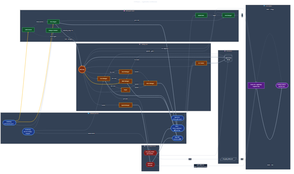
The Mermaid diagram docs/diagrams/catalyst-app-flow-v2.png in giorgiperad/catalyst-bot, before a commit. Its source is kept beside it as docs/diagrams/catalyst-app-flow-v2.mmd. Source of this version:
```mermaid
---
title: CATalyst — Application Architecture
config:
  theme: base
  themeVariables:
    fontFamily: "Inter, system-ui, -apple-system, sans-serif"
    fontSize: 14px
    primaryColor: "#0f172a"
    primaryTextColor: "#e2e8f0"
    primaryBorderColor: "#475569"
    lineColor: "#94a3b8"
    secondaryColor: "#1e293b"
    tertiaryColor: "#334155"
---
flowchart LR

  subgraph EXT["🌐 &nbsp; External services"]
    direction TB
    TS([TibetSwap<br/><i>pool reserves, pairs</i>])
    DXM([Dexie<br/><i>tickers, orderbook,<br/>offer posting</i>])
    CS([Coinset.org<br/><i>fast coin lookup,<br/>mempool</i>])
    SC([Spacescan<br/><i>on-chain fill check</i>])
    SAGE([Sage RPC<br/><i>localhost mTLS</i>])
  end

  subgraph SUB["⚙️ &nbsp; Local subprocesses"]
    SP{{splash.exe<br/>P2P node}}
    CP{{coin_prep_worker<br/>split executor}}
  end

  subgraph INT["🧠 &nbsp; Intelligence layer"]
    PE[Price Engine]
    AMM[AMM Monitor]
    MW[Mempool Watcher]
    MI[Market Intel]
    RM[Risk Manager]
  end

  subgraph CORE["🤖 &nbsp; Trading core"]
    BL(((Bot Loop)))
    OM[Offer Manager]
    SN[Sniper]
    BM[Boost Manager]
    CM[Coin Manager]
    FT[Fill Tracker]
    DM[Dexie Manager]
    SM[Splash Manager]
  end

  subgraph DATA["💾 &nbsp; Persistence"]
    DB[("SQLite WAL<br/>bot.db")]
    SF[/coin_prep_status.json/]
  end

  subgraph SURF["🖥️ &nbsp; User surface"]
    API[Flask API + AppBridge<br/>loopback only]
    UI([Desktop window /<br/>browser GUI])
  end

  TS  ==> PE
  TS  ==> AMM
  TS  --> MW
  DXM ==> PE
  DXM --> MI
  CS  --> MW

  AMM -. fresh reserves .-> PE

  PE  ==>|mid + arb gap| BL
  PE  -->|price risk| RM
  MI  -->|depth| RM
  AMM -.->|shock signal| BL
  MW  -.->|imminent_swap / fill| BL
  RM  -->|spreads + gates| BL

  BL --> OM
  BL --> SN
  BL --> BM
  BL --> CM
  BL --> FT

  CM -->|fee coins| OM
  CM -->|fee coins| SN
  CM -->|fee coins| BM
  CS --> CM

  OM -->|bech32| DM
  SN -->|bech32| DM
  BM -->|bech32| DM
  DM ==> DXM

  BL -->|bech32| SM
  SM ==> SP
  SP ==> DXM

  OM <==> SAGE
  CM <==> SAGE
  CP <==> SAGE

  SP -->|peer offers via<br/>POST /api/splash/incoming| API

  CM -->|split plan| CP
  CS -->|landed checks| CP
  CP -->|writes| SF
  SF -->|reads| API
  CP --> DB

  SAGE --> FT
  DXM  --> FT
  SC   --> FT
  FT   -.->|fill event| BL
  FT   ==> DB

  BL  <==> DB
  OM  <--> DB
  CM  <--> DB
  RM  <--  DB

  DB  --> API
  BL  -->|live snapshots| API
  API ==>|JSON + SSE| UI
  UI  -.->|REST + bridge| API

  classDef external fill:#1e3a8a,stroke:#60a5fa,color:#dbeafe,stroke-width:2px
  classDef subproc  fill:#7f1d1d,stroke:#f87171,color:#fee2e2,stroke-width:2px,stroke-dasharray:5 5
  classDef intel    fill:#14532d,stroke:#4ade80,color:#dcfce7,stroke-width:2px
  classDef trade    fill:#78350f,stroke:#fbbf24,color:#fef3c7,stroke-width:2px
  classDef core     fill:#7c2d12,stroke:#fb923c,color:#fff7ed,stroke-width:3px
  classDef state    fill:#334155,stroke:#94a3b8,color:#e2e8f0,stroke-width:2px
  classDef ui       fill:#581c87,stroke:#c084fc,color:#f3e8ff,stroke-width:2px

  class TS,DXM,CS,SC,SAGE external
  class SP,CP subproc
  class PE,AMM,MW,MI,RM intel
  class OM,SN,BM,CM,FT,DM,SM trade
  class BL core
  class DB,SF state
  class API,UI ui

  linkStyle 0 stroke:#fbbf24,stroke-width:3px
  linkStyle 1 stroke:#fbbf24,stroke-width:3px
  linkStyle 13 stroke:#fbbf24,stroke-width:3px
```
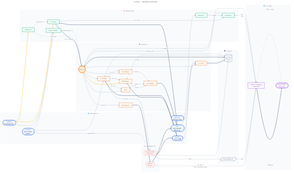
After the change.

What changed in the source:
```diff
@@ -5,12 +5,18 @@
   themeVariables:
     fontFamily: "Inter, system-ui, -apple-system, sans-serif"
     fontSize: 14px
-    primaryColor: "#0f172a"
-    primaryTextColor: "#e2e8f0"
-    primaryBorderColor: "#475569"
-    lineColor: "#94a3b8"
-    secondaryColor: "#1e293b"
-    tertiaryColor: "#334155"
+    background: "#ffffff"
+    mainBkg: "#f8fafc"
+    primaryColor: "#f8fafc"
+    primaryTextColor: "#0f172a"
+    primaryBorderColor: "#cbd5e1"
+    lineColor: "#64748b"
+    secondaryColor: "#ffffff"
+    tertiaryColor: "#f1f5f9"
+    clusterBkg: "#f8fafc"
+    clusterBorder: "#e2e8f0"
+    titleColor: "#334155"
+    edgeLabelBackground: "#ffffff"
 ---
 flowchart LR
 
@@ -118,16 +124,16 @@
 
   DB  --> API
   BL  -->|live snapshots| API
-  API ==>|JSON + SSE| UI
+  API ==>|JSON/SSE| UI
   UI  -.->|REST + bridge| API
 
-  classDef external fill:#1e3a8a,stroke:#60a5fa,color:#dbeafe,stroke-width:2px
-  classDef subproc  fill:#7f1d1d,stroke:#f87171,color:#fee2e2,stroke-width:2px,stroke-dasharray:5 5
-  classDef intel    fill:#14532d,stroke:#4ade80,color:#dcfce7,stroke-width:2px
-  classDef trade    fill:#78350f,stroke:#fbbf24,color:#fef3c7,stroke-width:2px
-  classDef core     fill:#7c2d12,stroke:#fb923c,color:#fff7ed,stroke-width:3px
-  classDef state    fill:#334155,stroke:#94a3b8,color:#e2e8f0,stroke-width:2px
-  classDef ui       fill:#581c87,stroke:#c084fc,color:#f3e8ff,stroke-width:2px
+  classDef external fill:#eff6ff,stroke:#2563eb,color:#172554,stroke-width:2px
+  classDef subproc  fill:#fef2f2,stroke:#dc2626,color:#7f1d1d,stroke-width:2px,stroke-dasharray:5 5
+  classDef intel    fill:#ecfdf5,stroke:#059669,color:#064e3b,stroke-width:2px
+  classDef trade    fill:#fff7ed,stroke:#ea580c,color:#7c2d12,stroke-width:2px
+  classDef core     fill:#ffedd5,stroke:#f97316,color:#7c2d12,stroke-width:3px
+  classDef state    fill:#f8fafc,stroke:#64748b,color:#0f172a,stroke-width:2px
+  classDef ui       fill:#faf5ff,stroke:#9333ea,color:#581c87,stroke-width:2px
 
   class TS,DXM,CS,SC,SAGE external
   class SP,CP subproc
```
